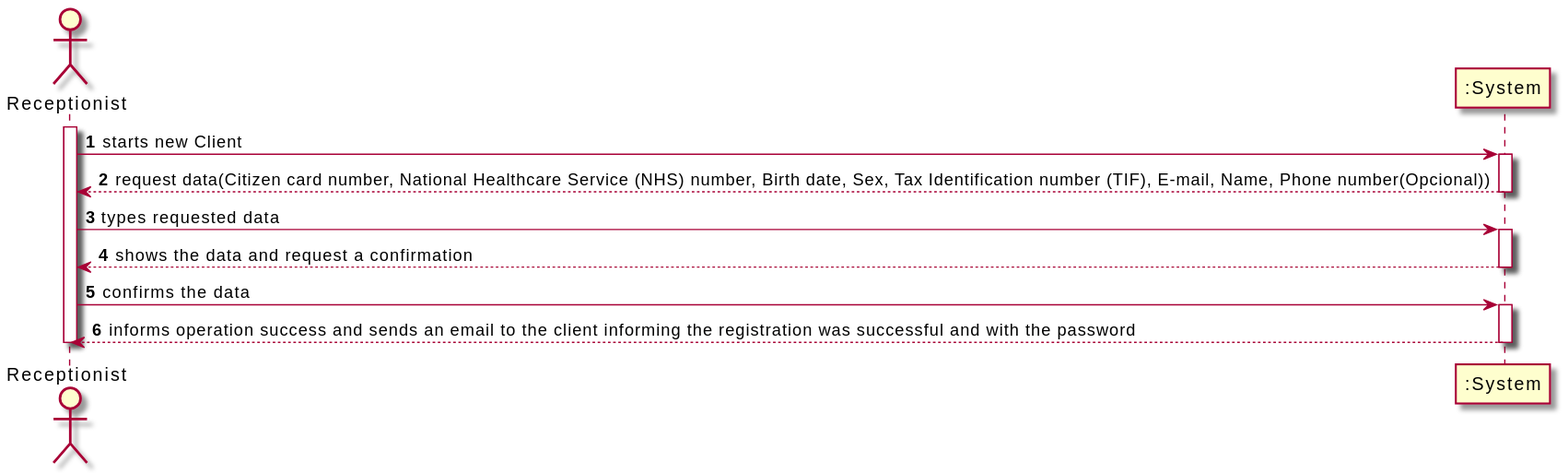
Pedromaia26/LAPR2-ISEP keeps this PlantUML diagram as docs/SprintB/US3_RegisterClient/US003_SSD.svg. Above is the earlier version.
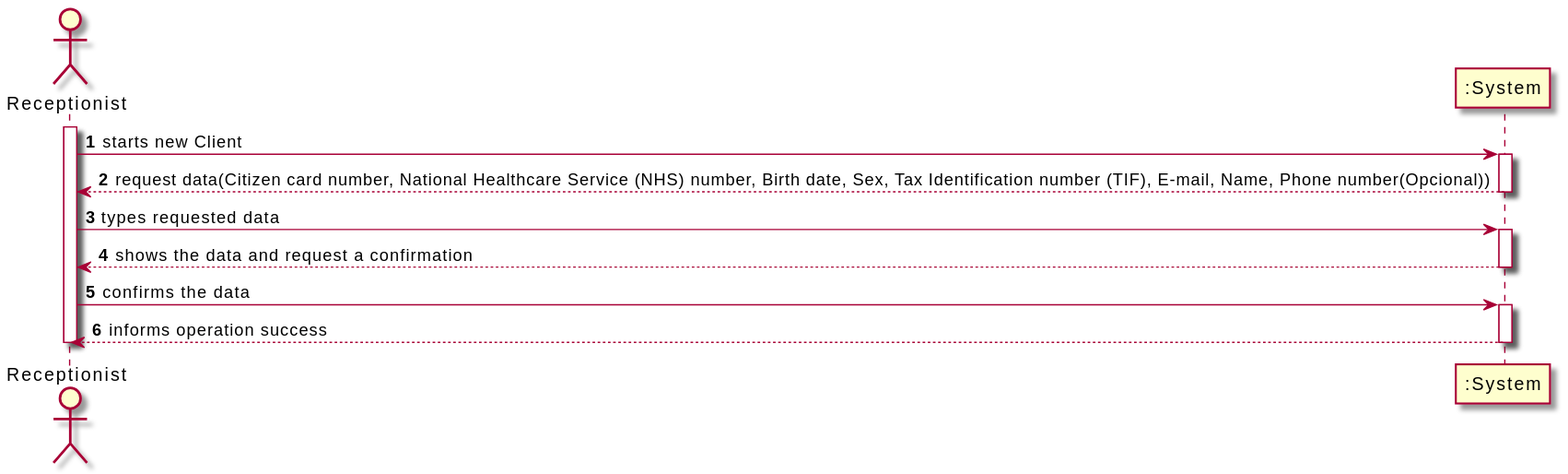
Above is the later version.

Diff of the diagram source:
```diff
@@ -14,7 +14,7 @@
 deactivate System
 Adm -> System: confirms the data
 activate System
-System --> Adm: informs operation success and sends an email to the client informing the registration was successful and with the password
+System --> Adm: informs operation success
 deactivate System
 deactivate Adm
 @enduml
```
